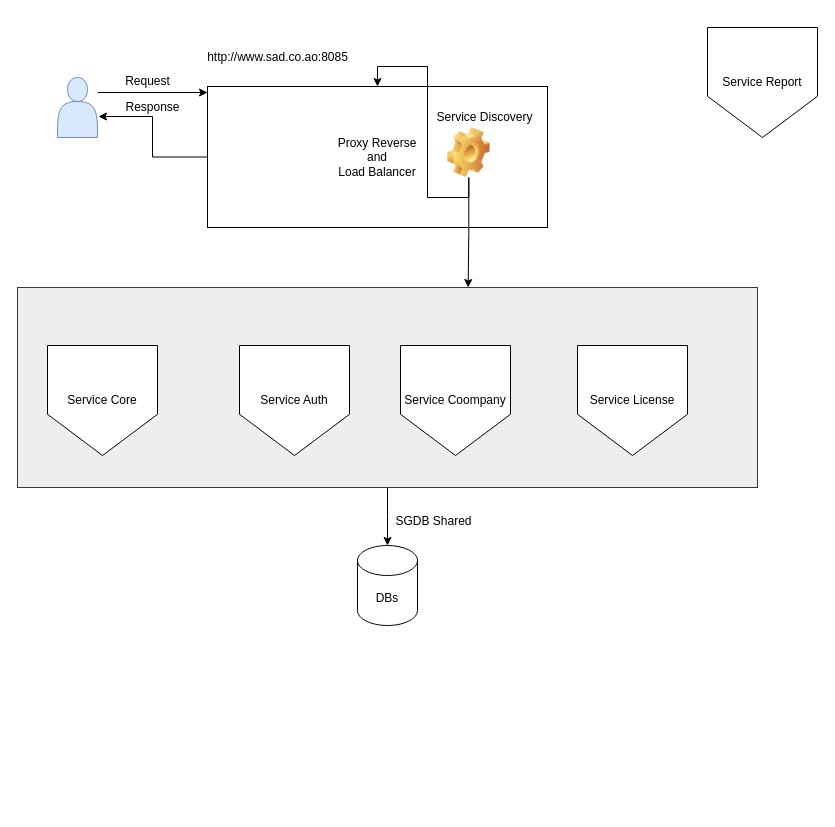
Before: Untitled Diagram.drawio in angolarti/microsservicos, a draw.io diagram. Source tidied: cells renumbered, new cells numbered last; positions are measured from the earlier drawing's top-left corner, leaving out a move shared by most shapes. Both pictures are drawn from the tidied source at 100%, with x=0, y=0 at pixel (17, 27).
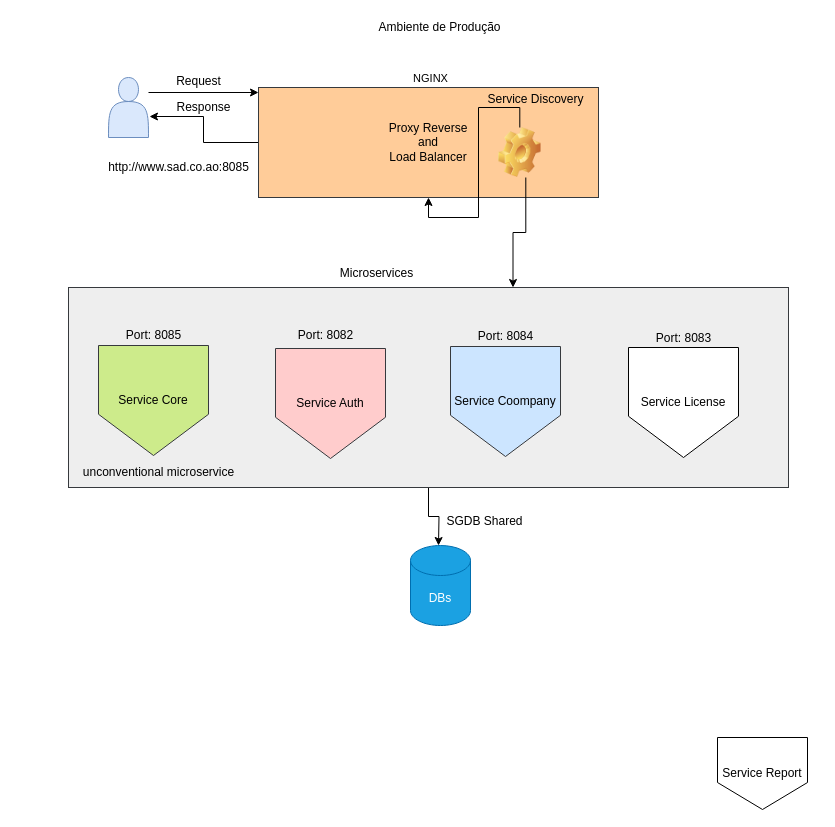
Above is the later version.

The edit, as a diff of the source:
```diff
@@
-    <mxCell id="2" style="edgeStyle=orthogonalEdgeStyle;rounded=0;jettySize=auto;html=1;entryX=1.025;entryY=0.65;entryDx=0;entryDy=0;entryPerimeter=0;" parent="1" edge="1" source="3" target="5">
+    <mxCell id="2" style="edgeStyle=orthogonalEdgeStyle;rounded=0;jettySize=auto;html=1;entryX=1.025;entryY=0.65;entryDx=0;entryDy=0;entryPerimeter=0;align=center;" parent="1" edge="1" source="3" target="5">
       <mxGeometry relative="1" as="geometry" />
     </mxCell>
-    <mxCell id="3" value="&lt;div&gt;Proxy Reverse&lt;/div&gt;&lt;div&gt;and&lt;/div&gt;&lt;div&gt;Load Balancer&lt;br&gt;&lt;/div&gt;" style="rounded=0;whiteSpace=wrap;html=1;" parent="1" vertex="1">
-      <mxGeometry x="190" y="59" width="340" height="141" as="geometry" />
+    <mxCell id="3" value="&lt;div&gt;Proxy Reverse&lt;/div&gt;&lt;div&gt;and&lt;/div&gt;&lt;div&gt;Load Balancer&lt;br&gt;&lt;/div&gt;" style="rounded=0;whiteSpace=wrap;html=1;fillColor=#ffcc99;strokeColor=#36393d;align=center;" parent="1" vertex="1">
+      <mxGeometry x="241" y="60" width="340" height="110" as="geometry" />
     </mxCell>
-    <mxCell id="4" style="edgeStyle=orthogonalEdgeStyle;rounded=0;orthogonalLoop=1;jettySize=auto;html=1;entryX=0;entryY=0.5;entryDx=0;entryDy=0;" parent="1" edge="1">
+    <mxCell id="4" style="edgeStyle=orthogonalEdgeStyle;rounded=0;orthogonalLoop=1;jettySize=auto;html=1;entryX=0;entryY=0.5;entryDx=0;entryDy=0;align=center;" parent="1" edge="1">
       <mxGeometry relative="1" as="geometry">
-        <mxPoint x="80" y="65" as="sourcePoint" />
-        <mxPoint x="190" y="65" as="targetPoint" />
+        <mxPoint x="131" y="65" as="sourcePoint" />
+        <mxPoint x="241" y="65" as="targetPoint" />
       </mxGeometry>
     </mxCell>
-    <mxCell id="5" style="shape=actor;whiteSpace=wrap;html=1;fillColor=#dae8fc;strokeColor=#6c8ebf;" parent="1" vertex="1">
-      <mxGeometry x="40" y="50" width="40" height="60" as="geometry" />
+    <mxCell id="5" style="shape=actor;whiteSpace=wrap;html=1;fillColor=#dae8fc;strokeColor=#6c8ebf;align=center;" parent="1" vertex="1">
+      <mxGeometry x="91" y="50" width="40" height="60" as="geometry" />
     </mxCell>
     <mxCell id="6" value="Request" style="text;html=1;align=center;verticalAlign=middle;strokeColor=none;" parent="1" vertex="1">
-      <mxGeometry x="100" y="44" width="60" height="20" as="geometry" />
+      <mxGeometry x="151" y="44" width="60" height="20" as="geometry" />
     </mxCell>
-    <mxCell id="7" style="edgeStyle=orthogonalEdgeStyle;rounded=0;jettySize=auto;html=1;" parent="1" edge="1" source="8">
+    <mxCell id="7" style="edgeStyle=orthogonalEdgeStyle;rounded=0;jettySize=auto;html=1;align=center;" parent="1" edge="1" source="8">
       <mxGeometry relative="1" as="geometry">
-        <mxPoint x="370" y="518" as="targetPoint" />
+        <mxPoint x="421" y="518" as="targetPoint" />
       </mxGeometry>
     </mxCell>
-    <mxCell id="8" style="rounded=0;whiteSpace=wrap;html=1;fillColor=#eeeeee;strokeColor=#36393d;" parent="1" vertex="1">
-      <mxGeometry y="260" width="740" height="200" as="geometry" />
+    <mxCell id="8" style="rounded=0;whiteSpace=wrap;html=1;fillColor=#eeeeee;strokeColor=#36393d;align=center;" parent="1" vertex="1">
+      <mxGeometry x="51" y="260" width="720" height="200" as="geometry" />
     </mxCell>
-    <mxCell id="9" value="Service Core" style="shape=offPageConnector;whiteSpace=wrap;html=1;" parent="1" vertex="1">
-      <mxGeometry x="30" y="318" width="110" height="110" as="geometry" />
+    <mxCell id="9" value="Service Core" style="shape=offPageConnector;whiteSpace=wrap;html=1;fillColor=#cdeb8b;strokeColor=#36393d;align=center;" parent="1" vertex="1">
+      <mxGeometry x="81" y="318" width="110" height="110" as="geometry" />
     </mxCell>
     <mxCell id="10" value="Response" style="text;html=1;align=center;verticalAlign=middle;strokeColor=none;" parent="1" vertex="1">
-      <mxGeometry x="100" y="70" width="70" height="20" as="geometry" />
+      <mxGeometry x="151" y="70" width="70" height="20" as="geometry" />
     </mxCell>
     <mxCell id="11" value="Service Report" style="shape=offPageConnector;whiteSpace=wrap;html=1;" parent="1" vertex="1">
-      <mxGeometry x="690" width="110" height="110" as="geometry" />
+      <mxGeometry x="700" y="710" width="90" height="72" as="geometry" />
     </mxCell>
-    <mxCell id="12" value="Service Auth" style="shape=offPageConnector;whiteSpace=wrap;html=1;" parent="1" vertex="1">
-      <mxGeometry x="222" y="318" width="110" height="110" as="geometry" />
+    <mxCell id="12" value="Service Auth" style="shape=offPageConnector;whiteSpace=wrap;html=1;fillColor=#ffcccc;strokeColor=#36393d;align=center;" parent="1" vertex="1">
+      <mxGeometry x="258" y="321" width="110" height="110" as="geometry" />
     </mxCell>
-    <mxCell id="13" value="Service Coompany" style="shape=offPageConnector;whiteSpace=wrap;html=1;" parent="1" vertex="1">
-      <mxGeometry x="383" y="318" width="110" height="110" as="geometry" />
+    <mxCell id="13" value="Service Coompany" style="shape=offPageConnector;whiteSpace=wrap;html=1;fillColor=#cce5ff;strokeColor=#36393d;align=center;" parent="1" vertex="1">
+      <mxGeometry x="433" y="319" width="110" height="110" as="geometry" />
     </mxCell>
-    <mxCell id="14" value="Service License" style="shape=offPageConnector;whiteSpace=wrap;html=1;" parent="1" vertex="1">
-      <mxGeometry x="560" y="318" width="110" height="110" as="geometry" />
+    <mxCell id="14" value="Service License" style="shape=offPageConnector;whiteSpace=wrap;html=1;align=center;" parent="1" vertex="1">
+      <mxGeometry x="611" y="320" width="110" height="110" as="geometry" />
     </mxCell>
-    <mxCell id="15" value="DBs" style="shape=cylinder3;whiteSpace=wrap;html=1;boundedLbl=1;backgroundOutline=1;size=15;" parent="1" vertex="1">
-      <mxGeometry x="340" y="518" width="60" height="80" as="geometry" />
+    <mxCell id="15" value="DBs" style="shape=cylinder3;whiteSpace=wrap;html=1;boundedLbl=1;backgroundOutline=1;size=15;fillColor=#1ba1e2;strokeColor=#006EAF;fontColor=#ffffff;align=center;" parent="1" vertex="1">
+      <mxGeometry x="393" y="518" width="60" height="80" as="geometry" />
     </mxCell>
     <mxCell id="16" value="SGDB Shared" style="text;html=1;align=center;verticalAlign=middle;strokeColor=none;" parent="1" vertex="1">
-      <mxGeometry x="371" y="484" width="90" height="20" as="geometry" />
+      <mxGeometry x="422" y="484" width="90" height="20" as="geometry" />
     </mxCell>
     <mxCell id="17" value="http://www.sad.co.ao:8085" style="text;html=1;align=center;verticalAlign=middle;strokeColor=none;" parent="1" vertex="1">
-      <mxGeometry x="180" y="20" width="160" height="20" as="geometry" />
+      <mxGeometry x="81" y="130" width="160" height="20" as="geometry" />
     </mxCell>
-    <mxCell id="18" style="edgeStyle=orthogonalEdgeStyle;rounded=0;jettySize=auto;html=1;entryX=0.609;entryY=0;entryDx=0;entryDy=0;entryPerimeter=0;" parent="1" edge="1" source="20" target="8">
-      <mxGeometry relative="1" as="geometry" />
+    <mxCell id="18" style="edgeStyle=orthogonalEdgeStyle;rounded=0;orthogonalLoop=1;jettySize=auto;html=1;entryX=0.609;entryY=0;entryDx=0;entryDy=0;entryPerimeter=0;align=center;" parent="1" edge="1">
+      <mxGeometry relative="1" as="geometry">
+        <mxPoint x="508.3" y="150" as="sourcePoint" />
+        <mxPoint x="495.5" y="260" as="targetPoint" />
+        <Array as="points">
+          <mxPoint x="508" y="205" />
+          <mxPoint x="496" y="205" />
+        </Array>
+      </mxGeometry>
     </mxCell>
-    <mxCell id="19" style="edgeStyle=orthogonalEdgeStyle;rounded=0;jettySize=auto;html=1;" parent="1" edge="1" source="20" target="3">
+    <mxCell id="19" style="edgeStyle=orthogonalEdgeStyle;rounded=0;jettySize=auto;html=1;align=center;" parent="1" edge="1" source="20" target="3">
       <mxGeometry relative="1" as="geometry" />
     </mxCell>
+    <mxCell id="22" value="NGINX" style="edgeLabel;html=1;align=center;verticalAlign=middle;" parent="19" vertex="1">
+      <mxGeometry x="0.47" y="-4" relative="1" as="geometry">
+        <mxPoint x="-43" y="-136" as="offset" />
+      </mxGeometry>
+    </mxCell>
-    <mxCell id="20" style="shape=image;html=1;verticalLabelPosition=bottom;verticalAlign=top;imageAspect=1;image=img/clipart/Gear_128x128.png;" parent="1" vertex="1">
-      <mxGeometry x="430" y="100" width="42.6" height="50" as="geometry" />
+    <mxCell id="20" style="shape=image;html=1;verticalLabelPosition=bottom;verticalAlign=top;imageAspect=1;image=img/clipart/Gear_128x128.png;align=center;" parent="1" vertex="1">
+      <mxGeometry x="481" y="100" width="42.6" height="50" as="geometry" />
     </mxCell>
     <mxCell id="21" value="Service Discovery" style="text;html=1;align=center;verticalAlign=middle;strokeColor=none;" parent="1" vertex="1">
-      <mxGeometry x="412" y="80" width="110" height="20" as="geometry" />
+      <mxGeometry x="463" y="62" width="110" height="20" as="geometry" />
     </mxCell>
+    <mxCell id="23" value="Port: 8085" style="text;html=1;align=center;verticalAlign=middle;strokeColor=none;" parent="1" vertex="1">
+      <mxGeometry x="101" y="298" width="70" height="20" as="geometry" />
+    </mxCell>
+    <mxCell id="24" value="Port: 8082" style="text;html=1;align=center;verticalAlign=middle;strokeColor=none;" parent="1" vertex="1">
+      <mxGeometry x="273" y="298" width="70" height="20" as="geometry" />
+    </mxCell>
+    <mxCell id="25" value="Port: 8084" style="text;html=1;align=center;verticalAlign=middle;strokeColor=none;" parent="1" vertex="1">
+      <mxGeometry x="453" y="299" width="70" height="20" as="geometry" />
+    </mxCell>
+    <mxCell id="26" value="Port: 8083" style="text;html=1;align=center;verticalAlign=middle;strokeColor=none;" parent="1" vertex="1">
+      <mxGeometry x="631" y="301" width="70" height="20" as="geometry" />
+    </mxCell>
+    <mxCell id="27" value="Ambiente de Produção" style="text;html=1;align=center;verticalAlign=middle;strokeColor=none;" parent="1" vertex="1">
+      <mxGeometry x="352" y="-10" width="140" height="20" as="geometry" />
+    </mxCell>
+    <mxCell id="28" value="Microservices" style="text;html=1;align=center;verticalAlign=middle;strokeColor=none;" parent="1" vertex="1">
+      <mxGeometry x="314" y="236" width="90" height="20" as="geometry" />
+    </mxCell>
+    <mxCell id="29" value="&lt;span class=&quot;VIiyi&quot; lang=&quot;en&quot;&gt;&lt;span class=&quot;JLqJ4b ChMk0b&quot;&gt;&lt;span&gt;unconventional microservice&lt;/span&gt;&lt;/span&gt;&lt;/span&gt; " style="text;html=1;align=center;verticalAlign=middle;strokeColor=none;" parent="1" vertex="1">
+      <mxGeometry x="56" y="435" width="170" height="20" as="geometry" />
+    </mxCell>
```
